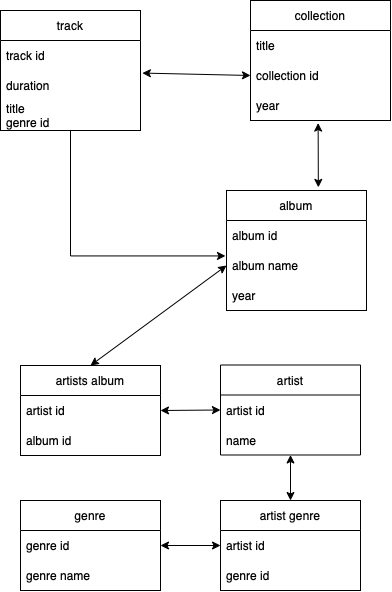
This is 1_2..drawio.png from SofiaFishkin/db, a draw.io export, as it was before one commit. Source tidied: cells renumbered, new cells last; positions are measured from the earlier drawing's top-left corner, leaving out a move shared by most shapes. The source it was exported from:
```xml
<mxGraphModel>
  <root>
    <mxCell id="0" />
    <mxCell id="1" parent="0" />
    <mxCell id="2" value="album" style="swimlane;fontStyle=0;horizontal=1;startSize=30;" parent="1" vertex="1">
      <mxGeometry x="226" y="190" width="140" height="120" as="geometry" />
    </mxCell>
    <mxCell id="3" value="album id" style="text;strokeColor=none;fillColor=none;align=left;verticalAlign=middle;spacingLeft=4;spacingRight=4;overflow=hidden;" parent="2" vertex="1">
      <mxGeometry y="30" width="140" height="30" as="geometry" />
    </mxCell>
    <mxCell id="4" value="album name" style="text;strokeColor=none;fillColor=none;align=left;verticalAlign=middle;spacingLeft=4;spacingRight=4;overflow=hidden;points=[[0,0.5],[1,0.5]];portConstraint=eastwest;" parent="2" vertex="1">
      <mxGeometry y="60" width="140" height="30" as="geometry" />
    </mxCell>
    <mxCell id="5" value="year" style="text;strokeColor=none;fillColor=none;align=left;verticalAlign=middle;spacingLeft=4;spacingRight=4;overflow=hidden;points=[[0,0.5],[1,0.5]];portConstraint=eastwest;" parent="2" vertex="1">
      <mxGeometry y="90" width="140" height="30" as="geometry" />
    </mxCell>
    <mxCell id="6" value="artists album" style="swimlane;fontStyle=0;horizontal=1;startSize=30;" parent="1" vertex="1">
      <mxGeometry x="20" y="365" width="140" height="90" as="geometry" />
    </mxCell>
    <mxCell id="7" value="artist id" style="text;strokeColor=none;fillColor=none;align=left;verticalAlign=middle;spacingLeft=4;spacingRight=4;overflow=hidden;points=[[0,0.5],[1,0.5]];portConstraint=eastwest;" parent="6" vertex="1">
      <mxGeometry y="30" width="140" height="30" as="geometry" />
    </mxCell>
    <mxCell id="8" value="album id" style="text;strokeColor=none;fillColor=none;align=left;verticalAlign=middle;spacingLeft=4;spacingRight=4;overflow=hidden;" parent="6" vertex="1">
      <mxGeometry y="60" width="140" height="30" as="geometry" />
    </mxCell>
    <mxCell id="9" value="artist" style="swimlane;fontStyle=0;horizontal=1;startSize=30;" parent="1" vertex="1">
      <mxGeometry x="220" y="364.5" width="140" height="90" as="geometry" />
    </mxCell>
    <mxCell id="10" value="artist id" style="text;strokeColor=none;fillColor=none;align=left;verticalAlign=middle;spacingLeft=4;spacingRight=4;overflow=hidden;points=[[0,0.5],[1,0.5]];portConstraint=eastwest;" parent="9" vertex="1">
      <mxGeometry y="30" width="140" height="30" as="geometry" />
    </mxCell>
    <mxCell id="11" value="name" style="text;strokeColor=none;fillColor=none;align=left;verticalAlign=middle;spacingLeft=4;spacingRight=4;overflow=hidden;points=[[0,0.5],[1,0.5]];portConstraint=eastwest;" parent="9" vertex="1">
      <mxGeometry y="60" width="140" height="30" as="geometry" />
    </mxCell>
    <mxCell id="12" value="artist genre" style="swimlane;fontStyle=0;horizontal=1;startSize=30;" parent="1" vertex="1">
      <mxGeometry x="220" y="500" width="140" height="90" as="geometry" />
    </mxCell>
    <mxCell id="13" value="artist id" style="text;strokeColor=none;fillColor=none;align=left;verticalAlign=middle;spacingLeft=4;spacingRight=4;overflow=hidden;points=[[0,0.5],[1,0.5]];portConstraint=eastwest;" parent="12" vertex="1">
      <mxGeometry y="30" width="140" height="30" as="geometry" />
    </mxCell>
    <mxCell id="14" value="genre id" style="text;strokeColor=none;fillColor=none;align=left;verticalAlign=middle;spacingLeft=4;spacingRight=4;overflow=hidden;" parent="12" vertex="1">
      <mxGeometry y="60" width="140" height="30" as="geometry" />
    </mxCell>
    <mxCell id="15" value="genre" style="swimlane;fontStyle=0;horizontal=1;startSize=30;" parent="1" vertex="1">
      <mxGeometry x="20" y="500" width="140" height="90" as="geometry" />
    </mxCell>
    <mxCell id="16" value="genre id" style="text;strokeColor=none;fillColor=none;align=left;verticalAlign=middle;spacingLeft=4;spacingRight=4;overflow=hidden;points=[[0,0.5],[1,0.5]];portConstraint=eastwest;" parent="15" vertex="1">
      <mxGeometry y="30" width="140" height="30" as="geometry" />
    </mxCell>
    <mxCell id="17" value="genre name" style="text;strokeColor=none;fillColor=none;align=left;verticalAlign=middle;spacingLeft=4;spacingRight=4;overflow=hidden;" parent="15" vertex="1">
      <mxGeometry y="60" width="140" height="30" as="geometry" />
    </mxCell>
    <mxCell id="18" value="collection" style="swimlane;fontStyle=0;horizontal=1;startSize=30;" parent="1" vertex="1">
      <mxGeometry x="250" width="140" height="120" as="geometry" />
    </mxCell>
    <mxCell id="19" value="title" style="text;strokeColor=none;fillColor=none;align=left;verticalAlign=middle;spacingLeft=4;spacingRight=4;overflow=hidden;" parent="18" vertex="1">
      <mxGeometry y="30" width="140" height="30" as="geometry" />
    </mxCell>
    <mxCell id="20" value="collection id" style="text;strokeColor=none;fillColor=none;align=left;verticalAlign=middle;spacingLeft=4;spacingRight=4;overflow=hidden;points=[[0,0.5],[1,0.5]];portConstraint=eastwest;" parent="18" vertex="1">
      <mxGeometry y="60" width="140" height="30" as="geometry" />
    </mxCell>
    <mxCell id="21" value="year" style="text;strokeColor=none;fillColor=none;align=left;verticalAlign=middle;spacingLeft=4;spacingRight=4;overflow=hidden;points=[[0,0.5],[1,0.5]];portConstraint=eastwest;" parent="18" vertex="1">
      <mxGeometry y="90" width="140" height="30" as="geometry" />
    </mxCell>
    <mxCell id="22" style="edgeStyle=orthogonalEdgeStyle;rounded=0;jettySize=auto;html=1;entryX=-0.007;entryY=0.181;entryDx=0;entryDy=0;entryPerimeter=0;" parent="1" edge="1" source="23" target="4">
      <mxGeometry relative="1" as="geometry">
        <Array as="points">
          <mxPoint x="70" y="255" />
        </Array>
      </mxGeometry>
    </mxCell>
    <mxCell id="23" value="track" style="swimlane;fontStyle=0;horizontal=1;startSize=30;" parent="1" vertex="1">
      <mxGeometry y="10" width="140" height="120" as="geometry" />
    </mxCell>
    <mxCell id="24" value="track id" style="text;strokeColor=none;fillColor=none;align=left;verticalAlign=middle;spacingLeft=4;spacingRight=4;overflow=hidden;" parent="23" vertex="1">
      <mxGeometry y="30" width="140" height="30" as="geometry" />
    </mxCell>
    <mxCell id="25" value="duration " style="text;strokeColor=none;fillColor=none;align=left;verticalAlign=middle;spacingLeft=4;spacingRight=4;overflow=hidden;points=[[0,0.5],[1,0.5]];portConstraint=eastwest;" parent="23" vertex="1">
      <mxGeometry y="60" width="140" height="30" as="geometry" />
    </mxCell>
    <mxCell id="26" value="title&#10;genre id" style="text;strokeColor=none;fillColor=none;align=left;verticalAlign=middle;spacingLeft=4;spacingRight=4;overflow=hidden;" parent="23" vertex="1">
      <mxGeometry y="90" width="140" height="30" as="geometry" />
    </mxCell>
    <mxCell id="27" style="endArrow=classic;startArrow=classic;html=1;rounded=0;exitX=0.5;exitY=0;exitDx=0;exitDy=0;entryX=0;entryY=0.5;entryDx=0;entryDy=0;" parent="1" edge="1" source="6" target="4">
      <mxGeometry relative="1" as="geometry" />
    </mxCell>
    <mxCell id="28" style="endArrow=classic;startArrow=classic;html=1;rounded=0;entryX=0;entryY=0.5;entryDx=0;entryDy=0;exitX=1;exitY=0.5;exitDx=0;exitDy=0;" parent="1" edge="1" source="7" target="10">
      <mxGeometry relative="1" as="geometry" />
    </mxCell>
    <mxCell id="29" style="endArrow=classic;startArrow=classic;html=1;rounded=0;exitX=0.5;exitY=0;exitDx=0;exitDy=0;" parent="1" edge="1" source="12" target="11">
      <mxGeometry relative="1" as="geometry" />
    </mxCell>
    <mxCell id="30" style="endArrow=classic;startArrow=classic;html=1;rounded=0;exitX=1;exitY=0.5;exitDx=0;exitDy=0;entryX=0;entryY=0.5;entryDx=0;entryDy=0;" parent="1" edge="1" source="16" target="13">
      <mxGeometry relative="1" as="geometry" />
    </mxCell>
    <mxCell id="31" style="endArrow=classic;startArrow=classic;html=1;rounded=0;entryX=0.483;entryY=1.086;entryDx=0;entryDy=0;entryPerimeter=0;exitX=0.656;exitY=-0.026;exitDx=0;exitDy=0;exitPerimeter=0;" parent="1" edge="1" source="2" target="21">
      <mxGeometry relative="1" as="geometry" />
    </mxCell>
    <mxCell id="32" style="endArrow=classic;startArrow=classic;html=1;rounded=0;entryX=0;entryY=0.5;entryDx=0;entryDy=0;exitX=1.013;exitY=0.086;exitDx=0;exitDy=0;exitPerimeter=0;" parent="1" edge="1" source="25" target="20">
      <mxGeometry relative="1" as="geometry" />
    </mxCell>
  </root>
</mxGraphModel>
```
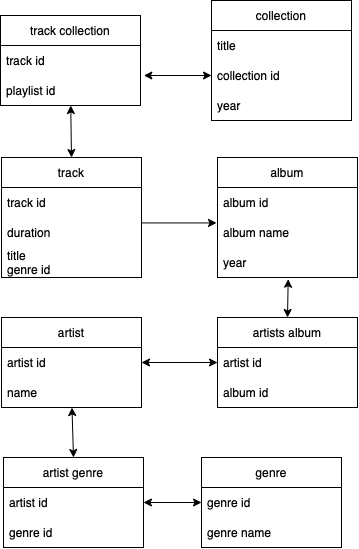
The same file after the commit.

Diff of the diagram source:
```diff
@@ -15,7 +15,7 @@
       <mxGeometry y="90" width="140" height="30" as="geometry" />
     </mxCell>
     <mxCell id="6" value="artists album" style="swimlane;fontStyle=0;horizontal=1;startSize=30;" parent="1" vertex="1">
-      <mxGeometry x="20" y="365" width="140" height="90" as="geometry" />
+      <mxGeometry x="226" y="350" width="140" height="90" as="geometry" />
     </mxCell>
     <mxCell id="7" value="artist id" style="text;strokeColor=none;fillColor=none;align=left;verticalAlign=middle;spacingLeft=4;spacingRight=4;overflow=hidden;points=[[0,0.5],[1,0.5]];portConstraint=eastwest;" parent="6" vertex="1">
       <mxGeometry y="30" width="140" height="30" as="geometry" />
@@ -24,7 +24,7 @@
       <mxGeometry y="60" width="140" height="30" as="geometry" />
     </mxCell>
     <mxCell id="9" value="artist" style="swimlane;fontStyle=0;horizontal=1;startSize=30;" parent="1" vertex="1">
-      <mxGeometry x="220" y="364.5" width="140" height="90" as="geometry" />
+      <mxGeometry x="10" y="350" width="140" height="90" as="geometry" />
     </mxCell>
     <mxCell id="10" value="artist id" style="text;strokeColor=none;fillColor=none;align=left;verticalAlign=middle;spacingLeft=4;spacingRight=4;overflow=hidden;points=[[0,0.5],[1,0.5]];portConstraint=eastwest;" parent="9" vertex="1">
       <mxGeometry y="30" width="140" height="30" as="geometry" />
@@ -33,7 +33,7 @@
       <mxGeometry y="60" width="140" height="30" as="geometry" />
     </mxCell>
     <mxCell id="12" value="artist genre" style="swimlane;fontStyle=0;horizontal=1;startSize=30;" parent="1" vertex="1">
-      <mxGeometry x="220" y="500" width="140" height="90" as="geometry" />
+      <mxGeometry x="12" y="490" width="140" height="90" as="geometry" />
     </mxCell>
     <mxCell id="13" value="artist id" style="text;strokeColor=none;fillColor=none;align=left;verticalAlign=middle;spacingLeft=4;spacingRight=4;overflow=hidden;points=[[0,0.5],[1,0.5]];portConstraint=eastwest;" parent="12" vertex="1">
       <mxGeometry y="30" width="140" height="30" as="geometry" />
@@ -42,7 +42,7 @@
       <mxGeometry y="60" width="140" height="30" as="geometry" />
     </mxCell>
     <mxCell id="15" value="genre" style="swimlane;fontStyle=0;horizontal=1;startSize=30;" parent="1" vertex="1">
-      <mxGeometry x="20" y="500" width="140" height="90" as="geometry" />
+      <mxGeometry x="210" y="490" width="140" height="90" as="geometry" />
     </mxCell>
     <mxCell id="16" value="genre id" style="text;strokeColor=none;fillColor=none;align=left;verticalAlign=middle;spacingLeft=4;spacingRight=4;overflow=hidden;points=[[0,0.5],[1,0.5]];portConstraint=eastwest;" parent="15" vertex="1">
       <mxGeometry y="30" width="140" height="30" as="geometry" />
@@ -51,7 +51,7 @@
       <mxGeometry y="60" width="140" height="30" as="geometry" />
     </mxCell>
     <mxCell id="18" value="collection" style="swimlane;fontStyle=0;horizontal=1;startSize=30;" parent="1" vertex="1">
-      <mxGeometry x="250" width="140" height="120" as="geometry" />
+      <mxGeometry x="220" y="33" width="140" height="120" as="geometry" />
     </mxCell>
     <mxCell id="19" value="title" style="text;strokeColor=none;fillColor=none;align=left;verticalAlign=middle;spacingLeft=4;spacingRight=4;overflow=hidden;" parent="18" vertex="1">
       <mxGeometry y="30" width="140" height="30" as="geometry" />
@@ -70,7 +70,7 @@
       </mxGeometry>
     </mxCell>
     <mxCell id="23" value="track" style="swimlane;fontStyle=0;horizontal=1;startSize=30;" parent="1" vertex="1">
-      <mxGeometry y="10" width="140" height="120" as="geometry" />
+      <mxGeometry x="10" y="190" width="140" height="120" as="geometry" />
     </mxCell>
     <mxCell id="24" value="track id" style="text;strokeColor=none;fillColor=none;align=left;verticalAlign=middle;spacingLeft=4;spacingRight=4;overflow=hidden;" parent="23" vertex="1">
       <mxGeometry y="30" width="140" height="30" as="geometry" />
@@ -81,23 +81,32 @@
     <mxCell id="26" value="title&#10;genre id" style="text;strokeColor=none;fillColor=none;align=left;verticalAlign=middle;spacingLeft=4;spacingRight=4;overflow=hidden;" parent="23" vertex="1">
       <mxGeometry y="90" width="140" height="30" as="geometry" />
     </mxCell>
-    <mxCell id="27" style="endArrow=classic;startArrow=classic;html=1;rounded=0;exitX=0.5;exitY=0;exitDx=0;exitDy=0;entryX=0;entryY=0.5;entryDx=0;entryDy=0;" parent="1" edge="1" source="6" target="4">
+    <mxCell id="27" style="endArrow=classic;startArrow=classic;html=1;rounded=0;exitX=0.5;exitY=0;exitDx=0;exitDy=0;entryX=0.505;entryY=1.056;entryDx=0;entryDy=0;entryPerimeter=0;" parent="1" edge="1" source="6" target="5">
       <mxGeometry relative="1" as="geometry" />
     </mxCell>
-    <mxCell id="28" style="endArrow=classic;startArrow=classic;html=1;rounded=0;entryX=0;entryY=0.5;entryDx=0;entryDy=0;exitX=1;exitY=0.5;exitDx=0;exitDy=0;" parent="1" edge="1" source="7" target="10">
+    <mxCell id="28" style="endArrow=classic;startArrow=classic;html=1;rounded=0;exitX=0;exitY=0.5;exitDx=0;exitDy=0;entryX=1;entryY=0.5;entryDx=0;entryDy=0;" parent="1" edge="1" source="7" target="10">
       <mxGeometry relative="1" as="geometry" />
     </mxCell>
     <mxCell id="29" style="endArrow=classic;startArrow=classic;html=1;rounded=0;exitX=0.5;exitY=0;exitDx=0;exitDy=0;" parent="1" edge="1" source="12" target="11">
       <mxGeometry relative="1" as="geometry" />
     </mxCell>
-    <mxCell id="30" style="endArrow=classic;startArrow=classic;html=1;rounded=0;exitX=1;exitY=0.5;exitDx=0;exitDy=0;entryX=0;entryY=0.5;entryDx=0;entryDy=0;" parent="1" edge="1" source="16" target="13">
+    <mxCell id="30" style="endArrow=classic;startArrow=classic;html=1;rounded=0;exitX=0;exitY=0.5;exitDx=0;exitDy=0;entryX=1;entryY=0.5;entryDx=0;entryDy=0;" parent="1" edge="1" source="16" target="13">
       <mxGeometry relative="1" as="geometry" />
     </mxCell>
-    <mxCell id="31" style="endArrow=classic;startArrow=classic;html=1;rounded=0;entryX=0.483;entryY=1.086;entryDx=0;entryDy=0;entryPerimeter=0;exitX=0.656;exitY=-0.026;exitDx=0;exitDy=0;exitPerimeter=0;" parent="1" edge="1" source="2" target="21">
-      <mxGeometry relative="1" as="geometry" />
-    </mxCell>
-    <mxCell id="32" style="endArrow=classic;startArrow=classic;html=1;rounded=0;entryX=0;entryY=0.5;entryDx=0;entryDy=0;exitX=1.013;exitY=0.086;exitDx=0;exitDy=0;exitPerimeter=0;" parent="1" edge="1" source="25" target="20">
+    <mxCell id="32" style="endArrow=classic;startArrow=classic;html=1;rounded=0;entryX=0;entryY=0.5;entryDx=0;entryDy=0;exitX=1.024;exitY=0;exitDx=0;exitDy=0;exitPerimeter=0;" parent="1" edge="1" source="35" target="20">
       <mxGeometry relative="1" as="geometry" />
     </mxCell>
+    <mxCell id="33" value="track collection" style="swimlane;fontStyle=0;horizontal=1;startSize=30;" parent="1" vertex="1">
+      <mxGeometry x="9" y="48" width="140" height="90" as="geometry" />
+    </mxCell>
+    <mxCell id="34" value="track id" style="text;strokeColor=none;fillColor=none;align=left;verticalAlign=middle;spacingLeft=4;spacingRight=4;overflow=hidden;" parent="33" vertex="1">
+      <mxGeometry y="30" width="140" height="30" as="geometry" />
+    </mxCell>
+    <mxCell id="35" value="playlist id" style="text;strokeColor=none;fillColor=none;align=left;verticalAlign=middle;spacingLeft=4;spacingRight=4;overflow=hidden;points=[[0,0.5],[1,0.5]];portConstraint=eastwest;" parent="33" vertex="1">
+      <mxGeometry y="60" width="140" height="30" as="geometry" />
+    </mxCell>
+    <mxCell id="36" style="endArrow=classic;startArrow=classic;html=1;rounded=0;exitX=0.5;exitY=0;exitDx=0;exitDy=0;" parent="1" edge="1" source="23" target="35">
+      <mxGeometry relative="1" as="geometry" />
+    </mxCell>
   </root>
 </mxGraphModel>
```
